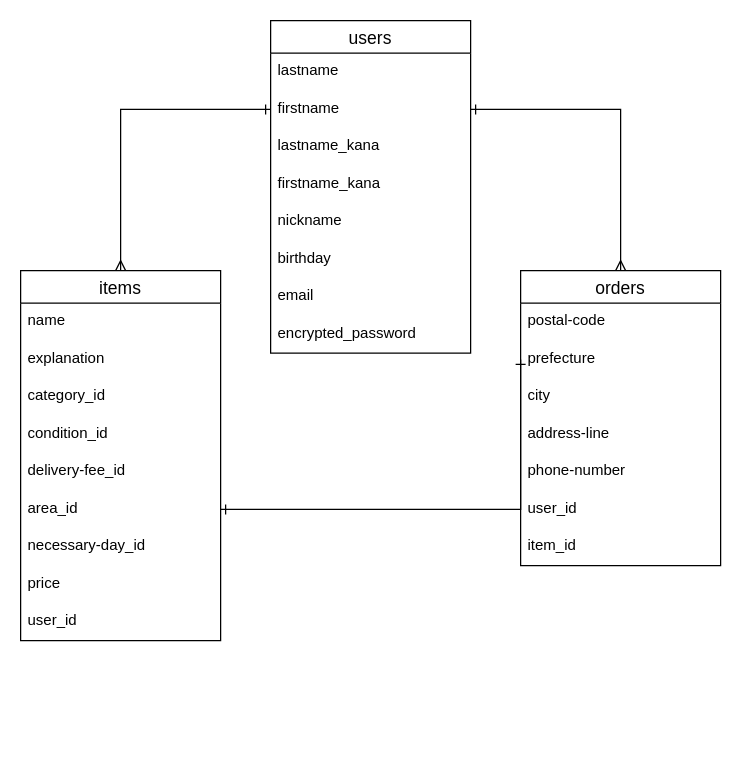
Before: ER.dio in masaki511/furima-31545, a draw.io diagram. Source tidied: cells renumbered, new cells numbered last; positions are measured from the earlier drawing's top-left corner, leaving out a move shared by most shapes. Both pictures are drawn from the tidied source at 125%, with x=0, y=0 at pixel (20, 20).
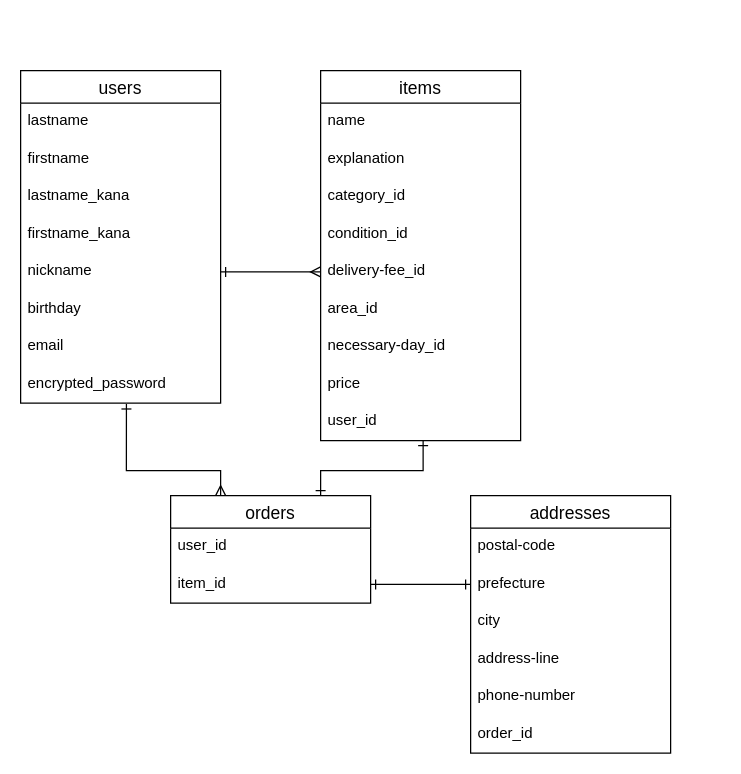
The same page after the edit.

Commit message (it also covers changes not shown here):
データベース設計の修正_購入に関するテーブル設計

Unchanged cells that the change refers to:
```xml
<mxCell id="4" value="firstname" style="text;strokeColor=none;fillColor=none;spacingLeft=4;spacingRight=4;overflow=hidden;points=[[0,0.5],[1,0.5]];portConstraint=eastwest;fontSize=12;" parent="2" vertex="1">
  <mxGeometry y="56" width="160" height="30" as="geometry" />
</mxCell>
<mxCell id="7" value="nickname" style="text;strokeColor=none;fillColor=none;spacingLeft=4;spacingRight=4;overflow=hidden;points=[[0,0.5],[1,0.5]];portConstraint=eastwest;fontSize=12;" parent="2" vertex="1">
  <mxGeometry y="146" width="160" height="30" as="geometry" />
</mxCell>
<mxCell id="10" value="encrypted_password" style="text;strokeColor=none;fillColor=none;spacingLeft=4;spacingRight=4;overflow=hidden;points=[[0,0.5],[1,0.5]];portConstraint=eastwest;fontSize=12;" parent="2" vertex="1">
  <mxGeometry y="236" width="160" height="30" as="geometry" />
</mxCell>
<mxCell id="16" value="delivery-fee_id" style="text;strokeColor=none;fillColor=none;spacingLeft=4;spacingRight=4;overflow=hidden;points=[[0,0.5],[1,0.5]];portConstraint=eastwest;fontSize=12;" parent="11" vertex="1">
  <mxGeometry y="146" width="160" height="30" as="geometry" />
</mxCell>
<mxCell id="17" value="area_id" style="text;strokeColor=none;fillColor=none;spacingLeft=4;spacingRight=4;overflow=hidden;points=[[0,0.5],[1,0.5]];portConstraint=eastwest;fontSize=12;" parent="11" vertex="1">
  <mxGeometry y="176" width="160" height="30" as="geometry" />
</mxCell>
<mxCell id="23" value="prefecture" style="text;strokeColor=none;fillColor=none;spacingLeft=4;spacingRight=4;overflow=hidden;points=[[0,0.5],[1,0.5]];portConstraint=eastwest;fontSize=12;" parent="21" vertex="1">
  <mxGeometry y="56" width="160" height="30" as="geometry" />
</mxCell>
```

The edit, as a diff of the source:
```diff
@@
     <mxCell id="2" value="users" style="swimlane;fontStyle=0;horizontal=1;startSize=26;align=center;fontSize=14;" parent="1" vertex="1">
-      <mxGeometry x="200" width="160" height="266" as="geometry" />
+      <mxGeometry y="40" width="160" height="266" as="geometry" />
     </mxCell>
@@
     <mxCell id="11" value="items" style="swimlane;fontStyle=0;horizontal=1;startSize=26;align=center;fontSize=14;" parent="1" vertex="1">
-      <mxGeometry y="200" width="160" height="296" as="geometry" />
+      <mxGeometry x="240" y="40" width="160" height="296" as="geometry" />
     </mxCell>
@@
+    <mxCell id="29" style="edgeStyle=orthogonalEdgeStyle;rounded=0;jettySize=auto;html=1;exitX=1;exitY=0.5;exitDx=0;exitDy=0;entryX=0;entryY=0.5;entryDx=0;entryDy=0;startArrow=ERone;startFill=0;endArrow=ERmany;endFill=0;" parent="1" edge="1" source="7" target="16">
+      <mxGeometry relative="1" as="geometry" />
+    </mxCell>
+    <mxCell id="30" style="edgeStyle=orthogonalEdgeStyle;rounded=0;jettySize=auto;html=1;exitX=0.529;exitY=1.023;exitDx=0;exitDy=0;entryX=0.25;entryY=0;entryDx=0;entryDy=0;startArrow=ERone;startFill=0;endArrow=ERmany;endFill=0;exitPerimeter=0;" parent="1" edge="1" source="10" target="32">
+      <mxGeometry relative="1" as="geometry">
+        <Array as="points">
+          <mxPoint x="85" y="360" />
+          <mxPoint x="160" y="360" />
+        </Array>
+      </mxGeometry>
+    </mxCell>
+    <mxCell id="32" value="orders" style="swimlane;fontStyle=0;horizontal=1;startSize=26;align=center;fontSize=14;" parent="1" vertex="1">
+      <mxGeometry x="120" y="380" width="160" height="86" as="geometry" />
+    </mxCell>
+    <mxCell id="33" value="user_id" style="text;strokeColor=none;fillColor=none;spacingLeft=4;spacingRight=4;overflow=hidden;fontSize=12;" parent="32" vertex="1">
+      <mxGeometry y="26" width="160" height="30" as="geometry" />
+    </mxCell>
+    <mxCell id="28" value="item_id" style="text;strokeColor=none;fillColor=none;spacingLeft=4;spacingRight=4;overflow=hidden;points=[[0,0.5],[1,0.5]];portConstraint=eastwest;fontSize=12;" parent="32" vertex="1">
+      <mxGeometry y="56" width="160" height="30" as="geometry" />
+    </mxCell>
-    <mxCell id="21" value="orders" style="swimlane;fontStyle=0;horizontal=1;startSize=26;align=center;fontSize=14;" parent="1" vertex="1">
-      <mxGeometry x="400" y="200" width="160" height="236" as="geometry" />
+    <mxCell id="21" value="addresses" style="swimlane;fontStyle=0;horizontal=1;startSize=26;align=center;fontSize=14;" parent="1" vertex="1">
+      <mxGeometry x="360" y="380" width="160" height="206" as="geometry" />
     </mxCell>
@@
-    <mxCell id="27" value="user_id" style="text;strokeColor=none;fillColor=none;spacingLeft=4;spacingRight=4;overflow=hidden;fontSize=12;" parent="21" vertex="1">
+    <mxCell id="27" value="order_id" style="text;strokeColor=none;fillColor=none;spacingLeft=4;spacingRight=4;overflow=hidden;fontSize=12;" parent="21" vertex="1">
       <mxGeometry y="176" width="160" height="30" as="geometry" />
     </mxCell>
-    <mxCell id="28" value="item_id" style="text;strokeColor=none;fillColor=none;spacingLeft=4;spacingRight=4;overflow=hidden;points=[[0,0.5],[1,0.5]];portConstraint=eastwest;fontSize=12;" parent="21" vertex="1">
-      <mxGeometry y="206" width="160" height="30" as="geometry" />
-    </mxCell>
-    <mxCell id="29" style="edgeStyle=orthogonalEdgeStyle;rounded=0;jettySize=auto;html=1;exitX=0;exitY=0.5;exitDx=0;exitDy=0;entryX=0.5;entryY=0;entryDx=0;entryDy=0;startArrow=ERone;startFill=0;endArrow=ERmany;endFill=0;" parent="1" edge="1" source="4" target="11">
-      <mxGeometry relative="1" as="geometry" />
-    </mxCell>
-    <mxCell id="30" style="edgeStyle=orthogonalEdgeStyle;rounded=0;jettySize=auto;html=1;exitX=1;exitY=0.5;exitDx=0;exitDy=0;entryX=0.5;entryY=0;entryDx=0;entryDy=0;startArrow=ERone;startFill=0;endArrow=ERmany;endFill=0;" parent="1" edge="1" source="4" target="21">
-      <mxGeometry relative="1" as="geometry" />
-    </mxCell>
-    <mxCell id="31" style="edgeStyle=orthogonalEdgeStyle;rounded=0;jettySize=auto;html=1;exitX=1;exitY=0.5;exitDx=0;exitDy=0;entryX=0;entryY=0.5;entryDx=0;entryDy=0;startArrow=ERone;startFill=0;endArrow=ERone;endFill=0;" parent="1" edge="1" source="17" target="23">
-      <mxGeometry relative="1" as="geometry">
-        <Array as="points">
-          <mxPoint x="250" y="391" />
-          <mxPoint x="250" y="391" />
-        </Array>
-      </mxGeometry>
-    </mxCell>
+    <mxCell id="34" style="edgeStyle=orthogonalEdgeStyle;rounded=0;jettySize=auto;html=1;entryX=0.75;entryY=0;entryDx=0;entryDy=0;startArrow=ERone;startFill=0;endArrow=ERone;endFill=0;" parent="1" edge="1" target="32">
+      <mxGeometry relative="1" as="geometry">
+        <mxPoint x="322" y="336" as="sourcePoint" />
+        <Array as="points">
+          <mxPoint x="322" y="336" />
+          <mxPoint x="322" y="360" />
+          <mxPoint x="240" y="360" />
+        </Array>
+      </mxGeometry>
+    </mxCell>
+    <mxCell id="35" style="edgeStyle=orthogonalEdgeStyle;rounded=0;jettySize=auto;html=1;exitX=1;exitY=0.5;exitDx=0;exitDy=0;endArrow=ERone;endFill=0;startArrow=ERone;startFill=0;" parent="1" edge="1" source="28" target="23">
+      <mxGeometry relative="1" as="geometry" />
+    </mxCell>
```
